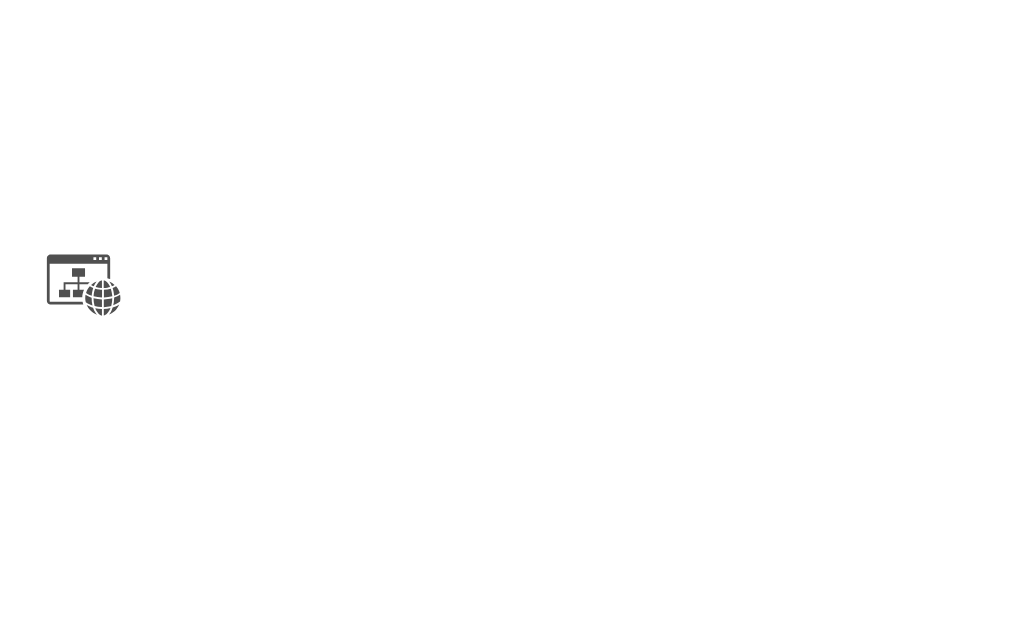
pr4v33nv3rm4/ChatApp keeps this draw.io diagram as Untitled Diagram.drawio. Above is the earlier version. Source tidied: cells renumbered, new cells numbered last; positions are measured from the earlier drawing's top-left corner, leaving out a move shared by most shapes. Both pictures are drawn from the tidied source at 125%, with x=0, y=0 at pixel (46, 254). Pictures stored in the file or linked from it are replaced by grey dashed boxes.
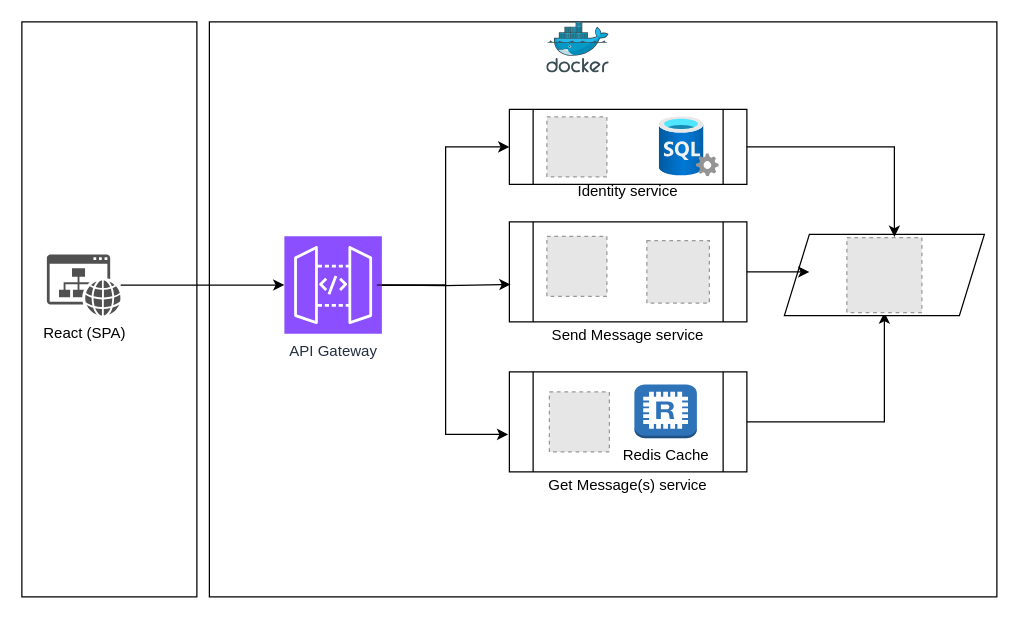
After the change.

What changed in the source:
```diff
@@
+    <mxCell id="3" style="rounded=0;whiteSpace=wrap;html=1;" parent="1" vertex="1">
+      <mxGeometry x="-20" y="-186" width="140" height="460" as="geometry" />
+    </mxCell>
+    <mxCell id="4" style="rounded=0;whiteSpace=wrap;html=1;imageWidth=10;imageHeight=10;" parent="1" vertex="1">
+      <mxGeometry x="130" y="-186" width="630" height="460" as="geometry" />
+    </mxCell>
+    <mxCell id="5" style="edgeStyle=orthogonalEdgeStyle;rounded=0;jettySize=auto;html=1;" parent="1" edge="1" source="2" target="7">
+      <mxGeometry relative="1" as="geometry" />
+    </mxCell>
-    <mxCell id="2" style="sketch=0;shadow=0;dashed=0;html=1;strokeColor=none;fillColor=#505050;labelPosition=center;verticalLabelPosition=bottom;verticalAlign=top;outlineConnect=0;align=center;shape=mxgraph.office.concepts.website;" parent="1" vertex="1">
+    <mxCell id="2" value="React (SPA&lt;span style=&quot;background-color: initial;&quot;&gt;)&lt;/span&gt;" style="sketch=0;shadow=0;dashed=0;html=1;strokeColor=none;fillColor=#505050;labelPosition=center;verticalLabelPosition=bottom;verticalAlign=top;outlineConnect=0;align=center;shape=mxgraph.office.concepts.website;" parent="1" vertex="1">
       <mxGeometry width="59" height="49" as="geometry" />
     </mxCell>
+    <mxCell id="6" style="edgeStyle=orthogonalEdgeStyle;rounded=0;jettySize=auto;html=1;entryX=0;entryY=0.5;entryDx=0;entryDy=0;" parent="1" edge="1" source="7" target="9">
+      <mxGeometry relative="1" as="geometry" />
+    </mxCell>
+    <mxCell id="7" value="API Gateway" style="sketch=0;points=[[0,0,0],[0.25,0,0],[0.5,0,0],[0.75,0,0],[1,0,0],[0,1,0],[0.25,1,0],[0.5,1,0],[0.75,1,0],[1,1,0],[0,0.25,0],[0,0.5,0],[0,0.75,0],[1,0.25,0],[1,0.5,0],[1,0.75,0]];outlineConnect=0;fontColor=#232F3E;fillColor=#8C4FFF;strokeColor=#ffffff;dashed=0;verticalLabelPosition=bottom;verticalAlign=top;align=center;html=1;fontSize=12;fontStyle=0;shape=mxgraph.aws4.resourceIcon;resIcon=mxgraph.aws4.api_gateway;" parent="1" vertex="1">
+      <mxGeometry x="190" y="-14.5" width="78" height="78" as="geometry" />
+    </mxCell>
+    <mxCell id="8" style="image;sketch=0;html=1;align=center;fontSize=12;image=img/lib/mscae/Docker.svg;" parent="1" vertex="1">
+      <mxGeometry x="400" y="-186" width="50" height="41" as="geometry" />
+    </mxCell>
+    <mxCell id="9" value="&lt;div&gt;&lt;br&gt;&lt;/div&gt;&lt;div&gt;&lt;br&gt;&lt;/div&gt;&lt;div&gt;&lt;br&gt;&lt;/div&gt;&lt;div&gt;&lt;br&gt;&lt;/div&gt;&lt;div&gt;&lt;br&gt;&lt;/div&gt;Identity service" style="shape=process;whiteSpace=wrap;html=1;backgroundOutline=1;" parent="1" vertex="1">
+      <mxGeometry x="370" y="-116" width="190" height="60" as="geometry" />
+    </mxCell>
+    <mxCell id="10" style="image;html=1;align=center;fontSize=12;image=img/lib/azure2/databases/SQL_Server.svg;" parent="1" vertex="1">
+      <mxGeometry x="490" y="-110" width="48" height="48" as="geometry" />
+    </mxCell>
+    <mxCell id="11" style="fillColor=#E6E6E6;strokeColor=#999999;dashed=1;verticalLabelPosition=bottom;labelBackgroundColor=default;verticalAlign=top;" parent="1" vertex="1">
+      <mxGeometry x="400" y="-110" width="48" height="48" as="geometry" />
+    </mxCell>
+    <mxCell id="12" value="&lt;div&gt;&lt;br&gt;&lt;/div&gt;&lt;div&gt;&lt;br&gt;&lt;/div&gt;&lt;div&gt;&lt;br&gt;&lt;/div&gt;&lt;div&gt;&lt;br&gt;&lt;/div&gt;&lt;div&gt;&lt;br&gt;&lt;/div&gt;&lt;div&gt;&lt;br&gt;&lt;/div&gt;&lt;div&gt;&lt;br&gt;&lt;/div&gt;Send Message&lt;span style=&quot;background-color: initial;&quot;&gt;&amp;nbsp;service&lt;/span&gt;" style="shape=process;whiteSpace=wrap;html=1;backgroundOutline=1;" parent="1" vertex="1">
+      <mxGeometry x="370" y="-26" width="190" height="80" as="geometry" />
+    </mxCell>
+    <mxCell id="13" style="fillColor=#E6E6E6;strokeColor=#999999;dashed=1;verticalLabelPosition=bottom;labelBackgroundColor=default;verticalAlign=top;" parent="1" vertex="1">
+      <mxGeometry x="400" y="-14.5" width="48" height="48" as="geometry" />
+    </mxCell>
+    <mxCell id="14" style="edgeStyle=orthogonalEdgeStyle;rounded=0;orthogonalLoop=1;jettySize=auto;html=1;entryX=0.026;entryY=0.625;entryDx=0;entryDy=0;entryPerimeter=0;" parent="1" edge="1">
+      <mxGeometry relative="1" as="geometry">
+        <mxPoint x="264" y="24.5" as="sourcePoint" />
+        <mxPoint x="370.9" y="24" as="targetPoint" />
+      </mxGeometry>
+    </mxCell>
+    <mxCell id="15" style="edgeStyle=orthogonalEdgeStyle;rounded=0;jettySize=auto;html=1;entryX=0.5;entryY=1;entryDx=0;entryDy=0;" parent="1" edge="1" source="16" target="22">
+      <mxGeometry relative="1" as="geometry" />
+    </mxCell>
+    <mxCell id="16" value="&lt;div&gt;&lt;br&gt;&lt;/div&gt;&lt;div&gt;&lt;br&gt;&lt;/div&gt;&lt;div&gt;&lt;br&gt;&lt;/div&gt;&lt;div&gt;&lt;br&gt;&lt;/div&gt;&lt;div&gt;&lt;br&gt;&lt;/div&gt;&lt;div&gt;&lt;br&gt;&lt;/div&gt;&lt;div&gt;&lt;br&gt;&lt;/div&gt;Get Message(s)&lt;span style=&quot;background-color: initial;&quot;&gt;&amp;nbsp;service&lt;/span&gt;" style="shape=process;whiteSpace=wrap;html=1;backgroundOutline=1;" parent="1" vertex="1">
+      <mxGeometry x="370" y="94" width="190" height="80" as="geometry" />
+    </mxCell>
+    <mxCell id="17" style="fillColor=#E6E6E6;strokeColor=#999999;dashed=1;verticalLabelPosition=bottom;labelBackgroundColor=default;verticalAlign=top;" parent="1" vertex="1">
+      <mxGeometry x="402" y="110" width="48" height="48" as="geometry" />
+    </mxCell>
+    <mxCell id="18" style="edgeStyle=orthogonalEdgeStyle;rounded=0;jettySize=auto;html=1;entryX=-0.005;entryY=0.625;entryDx=0;entryDy=0;entryPerimeter=0;" parent="1" edge="1" source="7" target="16">
+      <mxGeometry relative="1" as="geometry" />
+    </mxCell>
+    <mxCell id="19" style="fillColor=#E6E6E6;strokeColor=#999999;dashed=1;verticalLabelPosition=bottom;labelBackgroundColor=default;verticalAlign=top;" parent="1" vertex="1">
+      <mxGeometry x="480" y="-11" width="50" height="50" as="geometry" />
+    </mxCell>
+    <mxCell id="20" value="Redis Cache" style="dashed=0;verticalLabelPosition=bottom;verticalAlign=top;align=center;html=1;shape=mxgraph.aws3.redis;fillColor=#2E73B8;gradientColor=none;" parent="1" vertex="1">
+      <mxGeometry x="470" y="104" width="50" height="43" as="geometry" />
+    </mxCell>
+    <mxCell id="21" style="shape=parallelogram;perimeter=parallelogramPerimeter;whiteSpace=wrap;html=1;fixedSize=1;" parent="1" vertex="1">
+      <mxGeometry x="590" y="-16" width="160" height="65" as="geometry" />
+    </mxCell>
+    <mxCell id="22" style="fillColor=#E6E6E6;strokeColor=#999999;dashed=1;verticalLabelPosition=bottom;labelBackgroundColor=default;verticalAlign=top;" parent="1" vertex="1">
+      <mxGeometry x="640" y="-13.5" width="60" height="60" as="geometry" />
+    </mxCell>
+    <mxCell id="23" style="edgeStyle=orthogonalEdgeStyle;rounded=0;jettySize=auto;html=1;entryX=0.55;entryY=0.031;entryDx=0;entryDy=0;entryPerimeter=0;" parent="1" edge="1" source="9" target="21">
+      <mxGeometry relative="1" as="geometry" />
+    </mxCell>
+    <mxCell id="24" style="edgeStyle=orthogonalEdgeStyle;rounded=0;jettySize=auto;html=1;entryX=0.125;entryY=0.462;entryDx=0;entryDy=0;entryPerimeter=0;" parent="1" edge="1" source="12" target="21">
+      <mxGeometry relative="1" as="geometry" />
+    </mxCell>
```
